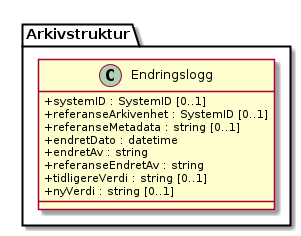
Earlier version of the PlantUML export kapitler/media/uml-endringslogg.png (arkivverket/noark5-tjenestegrensesnitt-standard).
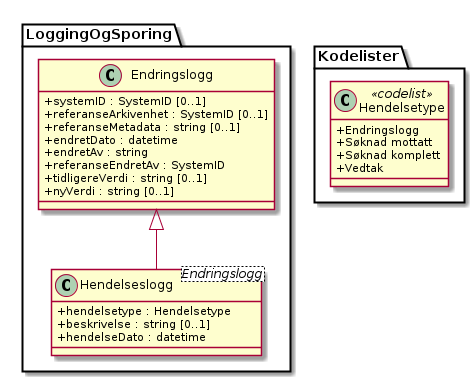
After the commit.

Commit message:
Oppdater PNG-utgave av UML-diagrammer etter siste endringer.

What changed in the source:
```diff
@@ -1,13 +1,25 @@
 @startuml
 skinparam classAttributeIconSize 0
-class Arkivstruktur.Endringslogg {
+class LoggingOgSporing.Endringslogg {
   +systemID : SystemID [0..1]
   +referanseArkivenhet : SystemID [0..1]
   +referanseMetadata : string [0..1]
   +endretDato : datetime
   +endretAv : string
-  +referanseEndretAv : string
+  +referanseEndretAv : SystemID
   +tidligereVerdi : string [0..1]
   +nyVerdi : string [0..1]
 }
+class LoggingOgSporing.Hendelseslogg <Endringslogg> {
+  +hendelsetype : Hendelsetype
+  +beskrivelse : string [0..1]
+  +hendelseDato : datetime
+}
+class Kodelister.Hendelsetype <<codelist>> {
+  +Endringslogg
+  +Søknad mottatt
+  +Søknad komplett
+  +Vedtak
+}
+LoggingOgSporing.Endringslogg <|-- LoggingOgSporing.Hendelseslogg
 @enduml
```
